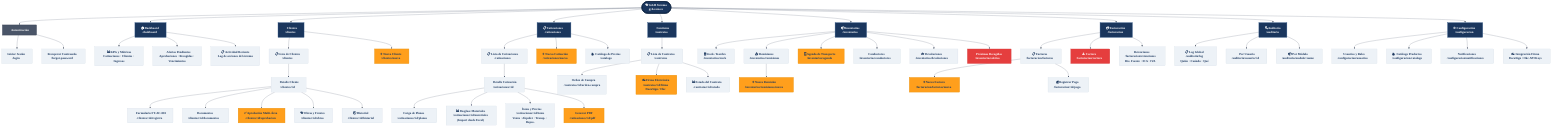
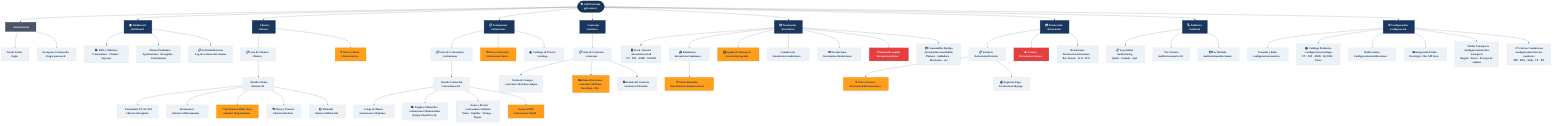
%%{init: {
  'theme': 'base',
  'themeVariables': {
    'primaryColor': '#1A365D',
    'primaryTextColor': '#FFFFFF',
    'primaryBorderColor': '#1A365D',
    'lineColor': '#4A5568',
    'secondaryColor': '#EDF2F7',
    'clusterBkg': '#2D3748',
    'clusterBorder': '#1A365D',
    'titleColor': '#FFFFFF',
    'edgeLabelBackground': '#F7FAFC',
    'fontFamily': 'Montserrat, sans-serif'
  }
}}%%

flowchart TD
    classDef root        fill:#1A365D,color:#FFFFFF,stroke:#0F2440,stroke-width:3px,font-weight:bold
    classDef modulo      fill:#1A365D,color:#FFFFFF,stroke:#2C5282,stroke-width:2px,font-weight:bold
    classDef submod      fill:#2D3748,color:#FFFFFF,stroke:#1A202C,stroke-width:1px
    classDef pagina      fill:#EDF2F7,color:#1A365D,stroke:#CBD5E0,stroke-width:1px
    classDef cta         fill:#FF9F1C,color:#1A365D,stroke:#E8910A,stroke-width:2px,font-weight:bold
    classDef alerta      fill:#E53E3E,color:#FFFFFF,stroke:#C53030,stroke-width:1px
    classDef exito       fill:#38A169,color:#FFFFFF,stroke:#2F855A,stroke-width:1px
    classDef auth        fill:#4A5568,color:#FFFFFF,stroke:#2D3748,stroke-width:2px

    %% ── RAÍZ
    ROOT(["🏗️ G&H Sistema\ngyh.com.co"]):::root

    %% ── AUTH
    AUTH["🔐 Autenticación"]:::auth
    LOGIN["Iniciar Sesión\n/login"]:::pagina
    FORGOT["Recuperar Contraseña\n/forgot-password"]:::pagina
    AUTH --> LOGIN & FORGOT

    %% ── DASHBOARD
    DASH["🏠 Dashboard\n/dashboard"]:::modulo
    DASH_KPI["📊 KPIs y Métricas\nCotizaciones · Clientes · Ingresos"]:::pagina
    DASH_ALERTS["🔔 Alertas Pendientes\nAprobaciones · Recogidas · Vencimientos"]:::pagina
    DASH_ACT["📋 Actividad Reciente\nLog de acciones del sistema"]:::pagina
    DASH --> DASH_KPI & DASH_ALERTS & DASH_ACT

    %% ── CLIENTES
    CLI["👥 Clientes\n/clientes"]:::modulo
    CLI_LIST["📋 Lista de Clientes\n/clientes"]:::pagina
    CLI_NEW["➕ Nuevo Cliente\n/clientes/nuevo"]:::cta
    CLI_DET["👤 Detalle Cliente\n/clientes/:id"]:::pagina
    CLI_FORM["📝 Formulario FT-AC-001\n/clientes/:id/registro"]:::pagina
    CLI_DOCS["📂 Documentos\n/clientes/:id/documentos"]:::pagina
    CLI_APROB["✅ Aprobación Multi-Área\n/clientes/:id/aprobacion"]:::cta
    CLI_OBRAS["🏗️ Obras y Frentes\n/clientes/:id/obras"]:::pagina
    CLI_HIST["🕐 Historial\n/clientes/:id/historial"]:::pagina
    CLI --> CLI_LIST & CLI_NEW
    CLI_LIST --> CLI_DET
    CLI_DET --> CLI_FORM & CLI_DOCS & CLI_APROB & CLI_OBRAS & CLI_HIST

    %% ── COTIZACIONES
    COT["📋 Cotizaciones\n/cotizaciones"]:::modulo
    COT_LIST["📋 Lista de Cotizaciones\n/cotizaciones"]:::pagina
    COT_NEW["➕ Nueva Cotización\n/cotizaciones/nueva"]:::cta
    COT_DET["📄 Detalle Cotización\n/cotizaciones/:id"]:::pagina
    COT_PLAN["📐 Carga de Planos\n/cotizaciones/:id/planos"]:::pagina
    COT_MAT["📊 Desglose Materiales\n/cotizaciones/:id/materiales\n(Import desde Excel)"]:::pagina
    COT_ITEMS["🛒 Ítems y Precios\n/cotizaciones/:id/items\nVenta · Alquiler · Transp. · Repos."]:::pagina
    COT_PDF["📄 Generar PDF\n/cotizaciones/:id/pdf"]:::cta
    COT_CATALOG["📚 Catálogo de Precios\n/catalogo"]:::pagina
    COT --> COT_LIST & COT_NEW & COT_CATALOG
    COT_LIST --> COT_DET
    COT_DET --> COT_PLAN & COT_MAT & COT_ITEMS & COT_PDF

    %% ── CONTRATOS
    CONT["📝 Contratos\n/contratos"]:::modulo
    CONT_LIST["📋 Lista de Contratos\n/contratos"]:::pagina
    CONT_OC["📝 Orden de Compra\n/contratos/:id/orden-compra"]:::pagina
    CONT_FIRMA["✍️ Firma Electrónica\n/contratos/:id/firma\nDocuSign / Okc"]:::cta
    CONT_EST["📊 Estado del Contrato\n/contratos/:id/estado"]:::pagina
    CONT --> CONT_LIST
    CONT_LIST --> CONT_OC & CONT_FIRMA & CONT_EST

    %% ── INVENTARIOS
    INV["📦 Inventarios\n/inventarios"]:::modulo
-     INV_STOCK["🗄️ Stock / Kardex\n/inventarios/stock"]:::pagina
+     INV_STOCK["🗄️ Stock / Kardex\n/inventarios/stock\nFT · FM · AMD · ALFOR"]:::pagina
    INV_REM["📤 Remisiones\n/inventarios/remisiones"]:::pagina
    INV_REM_NEW["➕ Nueva Remisión\n/inventarios/remisiones/nueva"]:::cta
    INV_AGENDA["🗓️ Agenda de Transporte\n/inventarios/agenda"]:::cta
    INV_COND["🚛 Conductores\n/inventarios/conductores"]:::pagina
    INV_DEV["📥 Devoluciones\n/inventarios/devoluciones"]:::pagina
    INV_ALERTA["🔔 Próximas Recogidas\n/inventarios/alertas"]:::alerta
-     INV --> INV_STOCK & INV_REM & INV_AGENDA & INV_COND & INV_DEV & INV_ALERTA
+     INV_CONS["📦 Consumibles Bodega\n/inventarios/consumibles\nPintura · Soldadura · Disolvente · etc."]:::pagina
+     INV --> INV_STOCK & INV_REM & INV_AGENDA & INV_COND & INV_DEV & INV_ALERTA & INV_CONS
    INV_REM --> INV_REM_NEW

    %% ── FACTURACIÓN
    FAC["💳 Facturación\n/facturacion"]:::modulo
    FAC_LIST["📋 Facturas\n/facturacion/facturas"]:::pagina
    FAC_NEW["➕ Nueva Factura\n/facturacion/facturas/nueva"]:::cta
    FAC_CART["⚠️ Cartera\n/facturacion/cartera"]:::alerta
    FAC_PAG["💰 Registrar Pago\n/facturacion/:id/pago"]:::pagina
    FAC_RET["🧾 Retenciones\n/facturacion/retenciones\nRte. Fuente · ICA · IVA"]:::pagina
    FAC --> FAC_LIST & FAC_CART & FAC_RET
    FAC_LIST --> FAC_NEW & FAC_PAG

    %% ── AUDITORÍA
    AUD["🔍 Auditoría\n/auditoria"]:::modulo
    AUD_LOG["📋 Log Global\n/auditoria/log\nQuién · Cuándo · Qué"]:::pagina
    AUD_USR["👥 Por Usuario\n/auditoria/usuario/:id"]:::pagina
    AUD_MOD["📦 Por Módulo\n/auditoria/modulo/:name"]:::pagina
    AUD --> AUD_LOG & AUD_USR & AUD_MOD

    %% ── CONFIGURACIÓN
    CONF["⚙️ Configuración\n/configuracion"]:::modulo
    CONF_USR["👤 Usuarios y Roles\n/configuracion/usuarios"]:::pagina
-     CONF_CAT["📚 Catálogo Productos\n/configuracion/catalogo"]:::pagina
+     CONF_CAT["📚 Catálogo Productos\n/configuracion/catalogo\nFT · FM · AMD · ALFOR · Pesos"]:::pagina
    CONF_NOTIF["🔔 Notificaciones\n/configuracion/notificaciones"]:::pagina
    CONF_FIRMA["✍️ Integración Firma\nDocuSign / Okc API Keys"]:::pagina
-     CONF --> CONF_USR & CONF_CAT & CONF_NOTIF & CONF_FIRMA
+     CONF_TARIFA["🚛 Tarifas Transporte\n/configuracion/tarifas-transporte\nBogotá · Fuera · Por tipo de camión"]:::pagina
+     CONF_CRIT["✅ Criterios Conductores\n/configuracion/criterios-conductor\nMP · RTE · SER · CL · PP"]:::pagina
+     CONF --> CONF_USR & CONF_CAT & CONF_NOTIF & CONF_FIRMA & CONF_TARIFA & CONF_CRIT

    %% ── CONEXIONES RAÍZ
    ROOT --> AUTH
    ROOT --> DASH
    ROOT --> CLI
    ROOT --> COT
    ROOT --> CONT
    ROOT --> INV
    ROOT --> FAC
    ROOT --> AUD
    ROOT --> CONF
